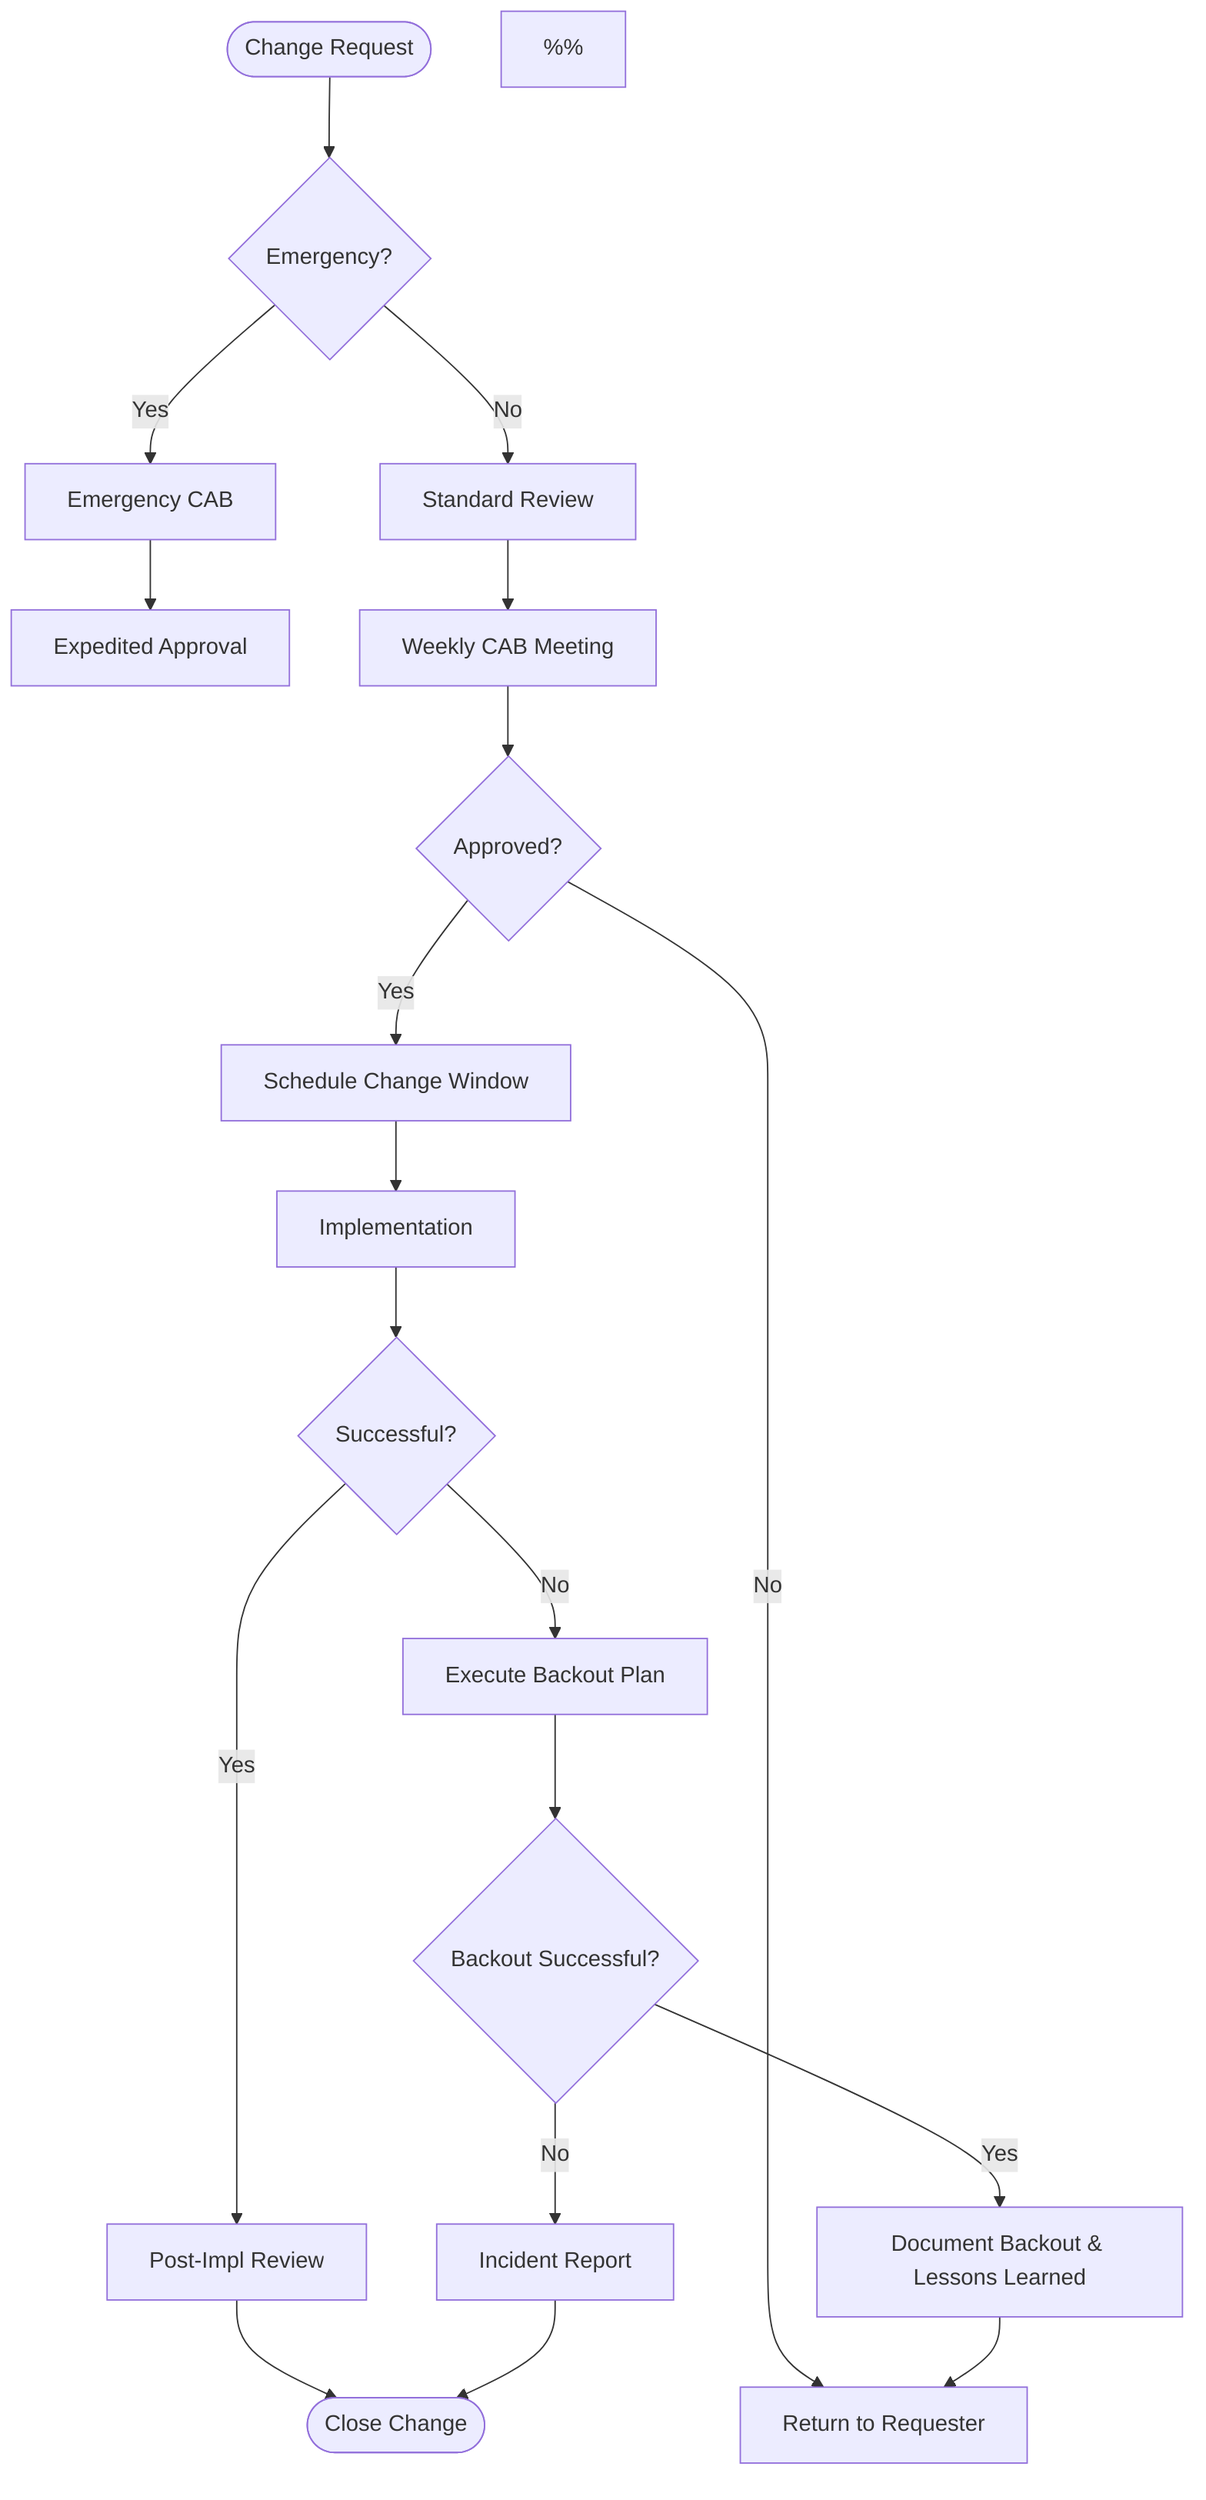
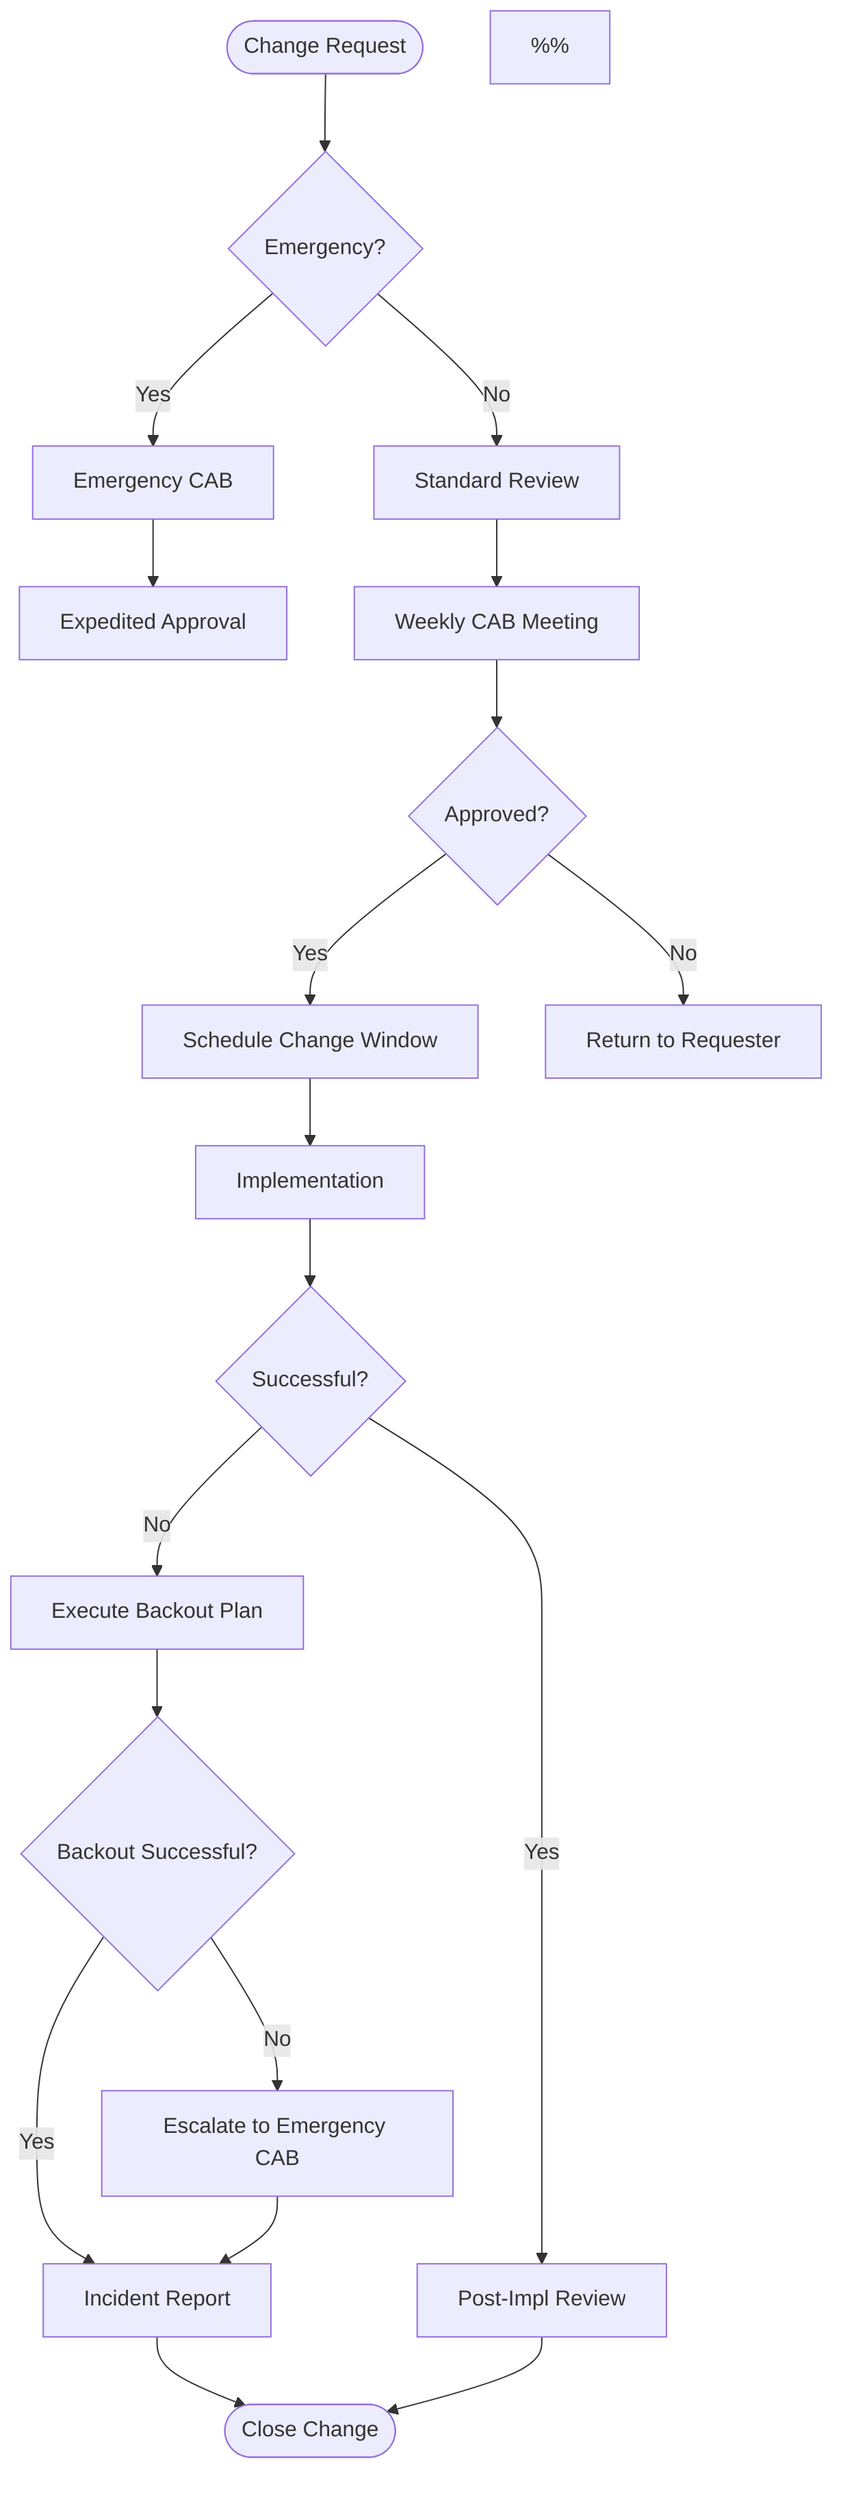
flowchart TD
    A([Change Request]) --> B{Emergency?}
    B --> |Yes| C[Emergency CAB]
    B --> |No| D[Standard Review]
    C --> E[Expedited Approval]
    D --> F[Weekly CAB Meeting]
    F --> G{Approved?}
    G --> |Yes| H[Schedule Change Window]
    G --> |No| I[Return to Requester]
    H --> J[Implementation]
    J --> K{Successful?}
    K --> |Yes| L[Post-Impl Review]
    %% ⚡ CHANGED SECTION
    K --> |No| M1[Execute Backout Plan]
    M1 --> M2{Backout Successful?}
-     M2 --> |Yes| M3[Document Backout & Lessons Learned]
-     M2 --> |No| M[Incident Report]
-     M3 --> I
+     M2 --> |Yes| M3[Incident Report]
+     M2 --> |No| M4[Escalate to Emergency CAB]
+     M4 --> M3
+     M3 --> N([Close Change])
    %% ⚡ END CHANGED SECTION
-     L --> N([Close Change])
-     M --> N
+     L --> N

%% ========================================================
%% CLAUDE'S CHANGE INTERPRETATION
%% ========================================================
- %% OBJECTIVE: Ensure failed implementations follow a structured rollback process before escalating to incident management, minimizing service disruption during change windows.
+ %% OBJECTIVE: Ensure failed implementations follow a structured rollback procedure before incident reporting, minimizing service disruption during change windows.
%%
%% EXPLANATION:
- %% Replaced the direct path from implementation failure to Incident Report with a backout plan workflow. When implementation fails, the process now first executes the backout plan, then checks if the backout was successful. If the backout succeeds, the change is documented with lessons learned and returned to the requester for rework. If the backout itself fails, an Incident Report is created as before, escalating the issue appropriately.
+ %% Inserted an "Execute Backout Plan" step between a failed implementation and the incident report. When implementation fails, the backout plan is executed first. A decision node checks whether the backout was successful — if not, the issue is escalated to Emergency CAB before proceeding to the incident report and change closure.
%% ========================================================
